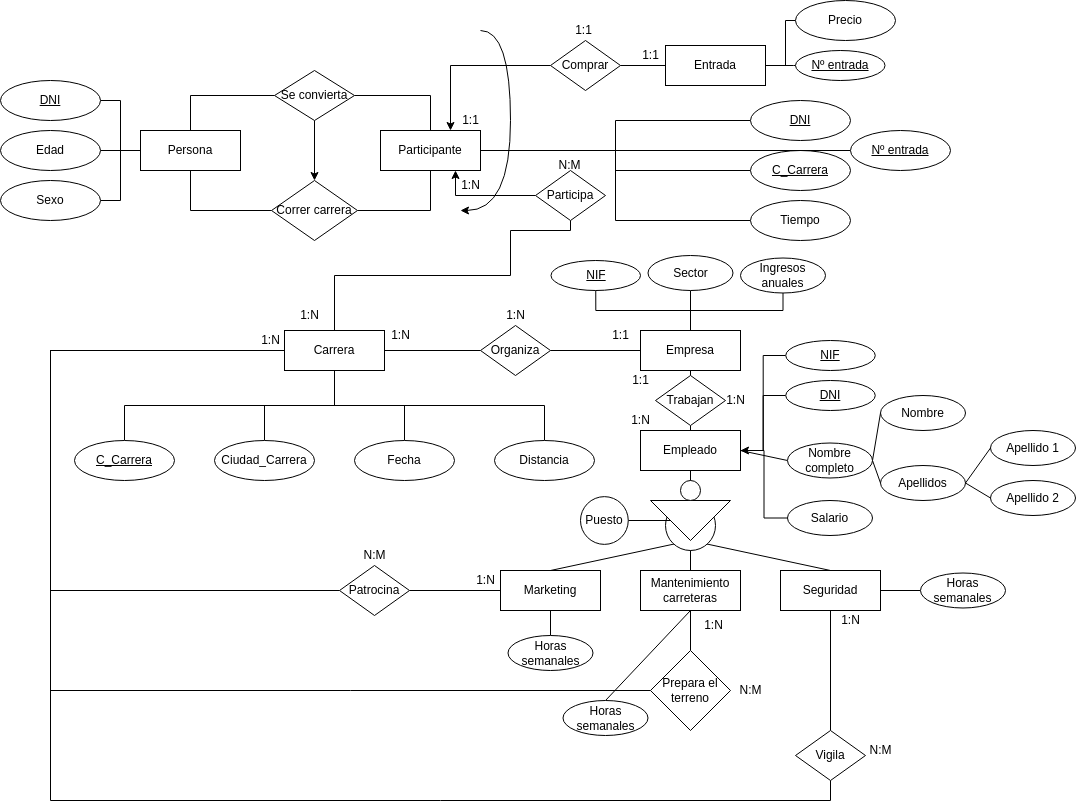
This is Proyecto_de_la_asignatura/Modelos/Modelo_E-R.png from alu0101330037/Practicas_ADBBDD, a draw.io export, as it was before one commit. Source tidied: cells renumbered, new cells last; positions are measured from the earlier drawing's top-left corner, leaving out a move shared by most shapes.
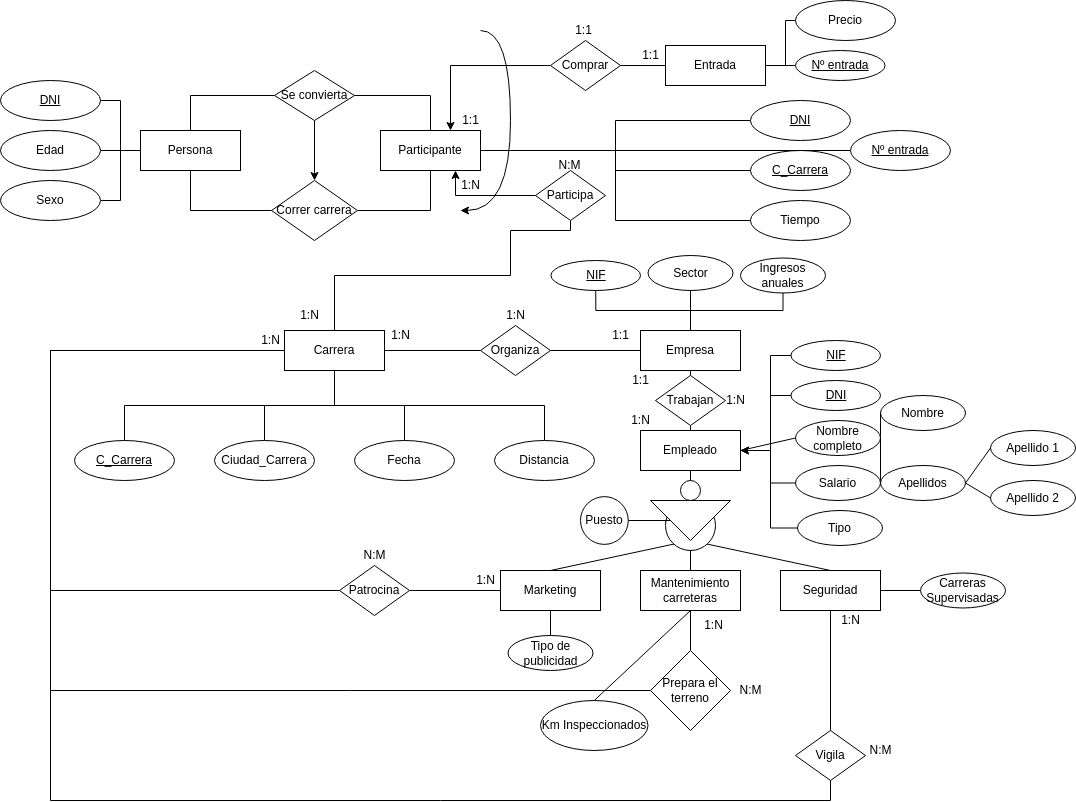
Above is the later version.

Commit message:
Modelos terminados

Change to the diagram source:
```diff
@@ -145,10 +145,20 @@
       <mxGeometry relative="1" as="geometry" />
     </mxCell>
     <mxCell id="45" style="edgeStyle=orthogonalEdgeStyle;rounded=0;jettySize=auto;html=1;exitX=1;exitY=0.5;exitDx=0;exitDy=0;entryX=0;entryY=0.5;entryDx=0;entryDy=0;endArrow=none;endFill=0;" parent="1" edge="1" source="47" target="79">
-      <mxGeometry relative="1" as="geometry" />
+      <mxGeometry relative="1" as="geometry">
+        <Array as="points">
+          <mxPoint x="770" y="450" />
+          <mxPoint x="770" y="395" />
+        </Array>
+      </mxGeometry>
     </mxCell>
     <mxCell id="46" style="edgeStyle=orthogonalEdgeStyle;rounded=0;jettySize=auto;html=1;exitX=1;exitY=0.5;exitDx=0;exitDy=0;entryX=0;entryY=0.5;entryDx=0;entryDy=0;endArrow=none;endFill=0;" parent="1" edge="1" source="47" target="80">
-      <mxGeometry relative="1" as="geometry" />
+      <mxGeometry relative="1" as="geometry">
+        <Array as="points">
+          <mxPoint x="770" y="450" />
+          <mxPoint x="770" y="483" />
+        </Array>
+      </mxGeometry>
     </mxCell>
     <mxCell id="47" value="Empleado" style="whiteSpace=wrap;html=1;align=center;" parent="1" vertex="1">
       <mxGeometry x="640" y="430" width="100" height="40" as="geometry" />
@@ -243,7 +253,7 @@
       <mxGeometry relative="1" as="geometry" />
     </mxCell>
     <mxCell id="71" value="Nombre completo" style="ellipse;whiteSpace=wrap;html=1;" parent="1" vertex="1">
-      <mxGeometry x="787" y="442.5" width="85" height="35" as="geometry" />
+      <mxGeometry x="795" y="420" width="85" height="35" as="geometry" />
     </mxCell>
     <mxCell id="72" value="Nombre" style="ellipse;whiteSpace=wrap;html=1;" parent="1" vertex="1">
       <mxGeometry x="880" y="395" width="85" height="35" as="geometry" />
@@ -267,10 +277,10 @@
       <mxGeometry x="990" y="480" width="85" height="35" as="geometry" />
     </mxCell>
     <mxCell id="79" value="DNI" style="ellipse;whiteSpace=wrap;html=1;align=center;fontStyle=4;" parent="1" vertex="1">
-      <mxGeometry x="785.2" y="380" width="89.5" height="30" as="geometry" />
+      <mxGeometry x="790.5" y="380" width="89.5" height="30" as="geometry" />
     </mxCell>
     <mxCell id="80" value="Salario" style="ellipse;whiteSpace=wrap;html=1;" parent="1" vertex="1">
-      <mxGeometry x="787" y="500" width="85" height="35" as="geometry" />
+      <mxGeometry x="795" y="465" width="85" height="35" as="geometry" />
     </mxCell>
     <mxCell id="81" style="edgeStyle=orthogonalEdgeStyle;rounded=0;jettySize=auto;html=1;exitX=0.5;exitY=1;exitDx=0;exitDy=0;entryX=0.5;entryY=0;entryDx=0;entryDy=0;endArrow=none;endFill=0;" parent="1" edge="1" source="82" target="40">
       <mxGeometry relative="1" as="geometry" />
@@ -379,25 +389,30 @@
       </mxGeometry>
     </mxCell>
     <mxCell id="108" style="edgeStyle=orthogonalEdgeStyle;rounded=0;jettySize=auto;html=1;exitX=0;exitY=0.5;exitDx=0;exitDy=0;entryX=1;entryY=0.5;entryDx=0;entryDy=0;" parent="1" edge="1" source="109" target="47">
-      <mxGeometry relative="1" as="geometry" />
+      <mxGeometry relative="1" as="geometry">
+        <Array as="points">
+          <mxPoint x="770" y="355" />
+          <mxPoint x="770" y="450" />
+        </Array>
+      </mxGeometry>
     </mxCell>
     <mxCell id="109" value="NIF" style="ellipse;whiteSpace=wrap;html=1;align=center;fontStyle=4;" parent="1" vertex="1">
-      <mxGeometry x="785.2" y="340" width="89.5" height="30" as="geometry" />
+      <mxGeometry x="790.5" y="340" width="89.5" height="30" as="geometry" />
     </mxCell>
     <mxCell id="110" style="edgeStyle=orthogonalEdgeStyle;rounded=0;jettySize=auto;html=1;exitX=0.5;exitY=0;exitDx=0;exitDy=0;entryX=0.5;entryY=1;entryDx=0;entryDy=0;endArrow=none;endFill=0;" parent="1" edge="1" source="111" target="49">
       <mxGeometry relative="1" as="geometry" />
     </mxCell>
-    <mxCell id="111" value="Horas semanales" style="ellipse;whiteSpace=wrap;html=1;" parent="1" vertex="1">
+    <mxCell id="111" value="Tipo de publicidad" style="ellipse;whiteSpace=wrap;html=1;" parent="1" vertex="1">
       <mxGeometry x="507.5" y="635" width="85" height="35" as="geometry" />
     </mxCell>
-    <mxCell id="112" value="Horas semanales" style="ellipse;whiteSpace=wrap;html=1;" parent="1" vertex="1">
+    <mxCell id="112" value="Carreras Supervisadas" style="ellipse;whiteSpace=wrap;html=1;" parent="1" vertex="1">
       <mxGeometry x="920" y="572.5" width="85" height="35" as="geometry" />
     </mxCell>
     <mxCell id="113" style="rounded=0;jettySize=auto;html=1;exitX=0.5;exitY=0;exitDx=0;exitDy=0;entryX=0.5;entryY=1;entryDx=0;entryDy=0;endArrow=none;endFill=0;" parent="1" edge="1" source="114" target="52">
       <mxGeometry relative="1" as="geometry" />
     </mxCell>
-    <mxCell id="114" value="Horas semanales" style="ellipse;whiteSpace=wrap;html=1;" parent="1" vertex="1">
-      <mxGeometry x="562.5" y="700" width="85" height="35" as="geometry" />
+    <mxCell id="114" value="Km Inspeccionados" style="ellipse;whiteSpace=wrap;html=1;" parent="1" vertex="1">
+      <mxGeometry x="540" y="700" width="107.5" height="50" as="geometry" />
     </mxCell>
     <mxCell id="115" value="Nº entrada" style="ellipse;whiteSpace=wrap;html=1;align=center;fontStyle=4;" parent="1" vertex="1">
       <mxGeometry x="850" y="130" width="100" height="40" as="geometry" />
@@ -426,5 +441,16 @@
     <mxCell id="123" value="1:1" style="text;html=1;align=center;verticalAlign=middle;strokeColor=none;fillColor=none;" parent="1" vertex="1">
       <mxGeometry x="562.5" y="15" width="40" height="30" as="geometry" />
     </mxCell>
+    <mxCell id="124" style="edgeStyle=orthogonalEdgeStyle;rounded=0;jettySize=auto;html=1;exitX=0;exitY=0.5;exitDx=0;exitDy=0;entryX=1;entryY=0.5;entryDx=0;entryDy=0;" parent="1" edge="1" source="125" target="47">
+      <mxGeometry relative="1" as="geometry">
+        <Array as="points">
+          <mxPoint x="770" y="528" />
+          <mxPoint x="770" y="450" />
+        </Array>
+      </mxGeometry>
+    </mxCell>
+    <mxCell id="125" value="Tipo" style="ellipse;whiteSpace=wrap;html=1;" parent="1" vertex="1">
+      <mxGeometry x="797" y="510" width="85" height="35" as="geometry" />
+    </mxCell>
   </root>
 </mxGraphModel>
```
